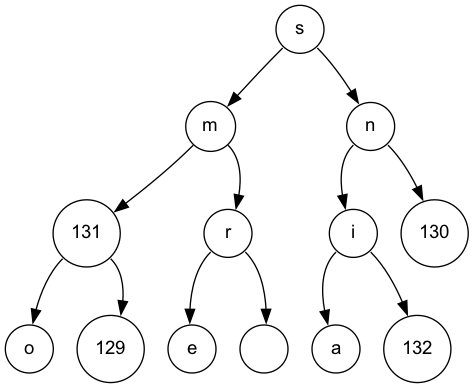
The Graphviz diagram fichiers_viz/minimier_etape_5.png in Procuste34/codage_huffman_c, before a commit. Its source is kept beside it as fichiers_viz/minimier_etape_5.dot. The source it was exported from:
```dot
digraph POT_test {
node [fontname="Arial", shape="circle", width=0.5];
115 [label = "s"]
115:sw -> 109
115:se -> 110
109 [label = "m"]
109:sw -> 131
109:se -> 114
131 [label = "131"]
131:sw -> 111
131:se -> 129
111 [label = "o"]
129 [label = "129"]
114 [label = "r"]
114:sw -> 101
114:se -> 32
101 [label = "e"]
32 [label = " "]
110 [label = "n"]
110:sw -> 105
110:se -> 130
105 [label = "i"]
105:sw -> 97
105:se -> 132
97 [label = "a"]
132 [label = "132"]
130 [label = "130"]
}
```
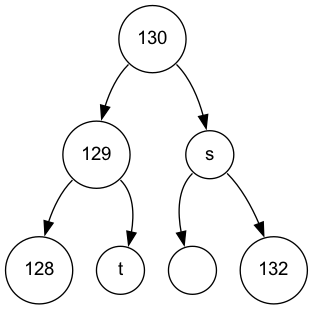
After the commit.

Diff of the diagram source:
```diff
@@ -1,28 +1,16 @@
 digraph POT_test {
 node [fontname="Arial", shape="circle", width=0.5];
+130 [label = "130"]
+130:sw -> 129
+130:se -> 115
+129 [label = "129"]
+129:sw -> 128
+129:se -> 116
+128 [label = "128"]
+116 [label = "t"]
 115 [label = "s"]
-115:sw -> 109
-115:se -> 110
-109 [label = "m"]
-109:sw -> 131
-109:se -> 114
-131 [label = "131"]
-131:sw -> 111
-131:se -> 129
-111 [label = "o"]
-129 [label = "129"]
-114 [label = "r"]
-114:sw -> 101
-114:se -> 32
-101 [label = "e"]
+115:sw -> 32
+115:se -> 132
 32 [label = " "]
-110 [label = "n"]
-110:sw -> 105
-110:se -> 130
-105 [label = "i"]
-105:sw -> 97
-105:se -> 132
-97 [label = "a"]
 132 [label = "132"]
-130 [label = "130"]
 }
```
